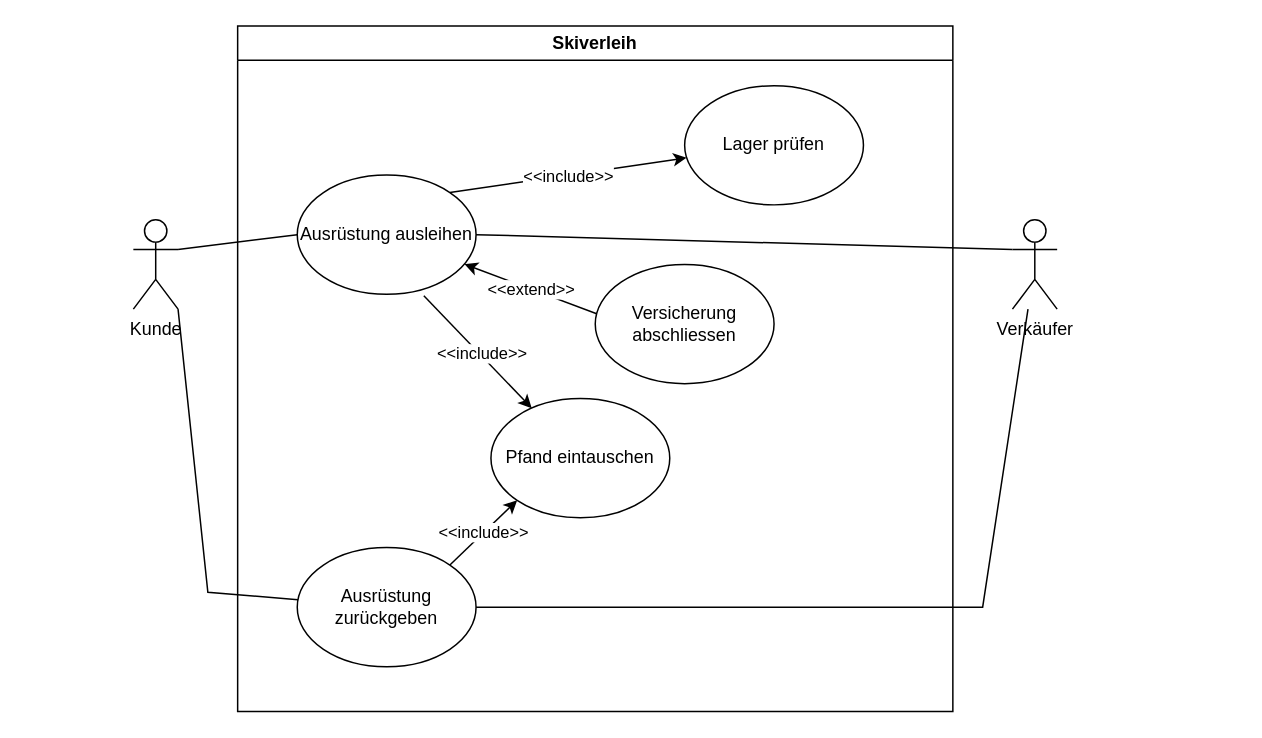
Before: usecases.drawio in ferreric/ffhs_swem, a draw.io diagram. Source tidied: cells renumbered, new cells numbered last; positions are measured from the earlier drawing's top-left corner, leaving out a move shared by most shapes. Both pictures are drawn from the tidied source at 149%, with x=0, y=0 at pixel (133, 25).
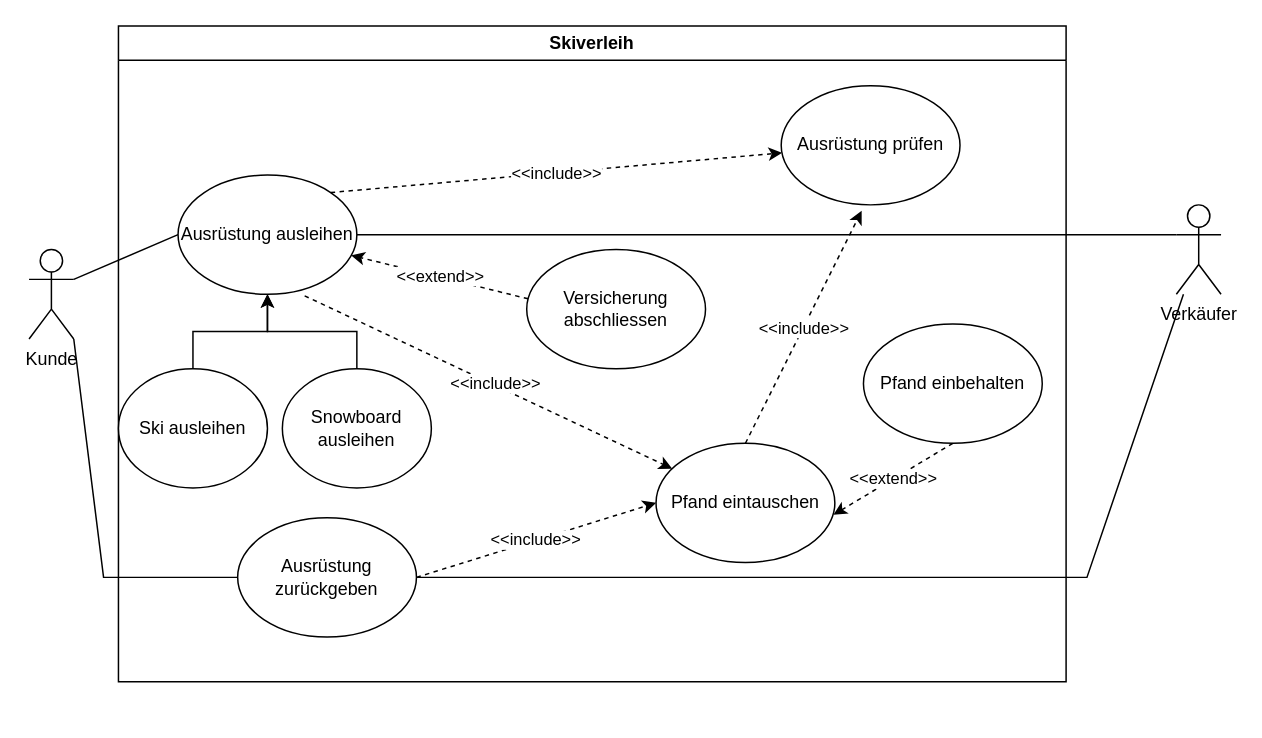
The same page after the edit.

The change refers to these unchanged cells:
```xml
<mxCell id="4" value="Ausrüstung ausleihen" style="ellipse;whiteSpace=wrap;html=1;" parent="3" vertex="1">
  <mxGeometry x="40" y="100" width="120" height="80" as="geometry" />
</mxCell>
```

The edit, as a diff of the source:
```diff
@@
     <mxCell id="2" value="Kunde" style="shape=umlActor;verticalLabelPosition=bottom;verticalAlign=top;html=1;outlineConnect=0;" parent="1" vertex="1">
-      <mxGeometry y="130" width="30" height="60" as="geometry" />
+      <mxGeometry x="-70" y="150" width="30" height="60" as="geometry" />
     </mxCell>
     <mxCell id="3" value="Skiverleih" style="swimlane;whiteSpace=wrap;html=1;" parent="1" vertex="1">
-      <mxGeometry x="70" width="480" height="460" as="geometry" />
+      <mxGeometry x="-10" width="636" height="440" as="geometry" />
     </mxCell>
@@
-    <mxCell id="5" value="Lager prüfen" style="ellipse;whiteSpace=wrap;html=1;" parent="3" vertex="1">
-      <mxGeometry x="300" y="40" width="120" height="80" as="geometry" />
+    <mxCell id="5" value="Ausrüstung prüfen" style="ellipse;whiteSpace=wrap;html=1;" parent="3" vertex="1">
+      <mxGeometry x="444.8" y="40" width="120" height="80" as="geometry" />
     </mxCell>
-    <mxCell id="6" style="endArrow=classic;html=1;rounded=0;exitX=1;exitY=0;exitDx=0;exitDy=0;" parent="3" edge="1" source="4" target="5">
+    <mxCell id="6" style="endArrow=classic;html=1;rounded=0;exitX=1;exitY=0;exitDx=0;exitDy=0;dashed=1;" parent="3" edge="1" source="4" target="5">
       <mxGeometry relative="1" as="geometry" />
     </mxCell>
@@
     <mxCell id="8" value="Pfand eintauschen" style="ellipse;whiteSpace=wrap;html=1;" parent="3" vertex="1">
-      <mxGeometry x="170" y="250" width="120" height="80" as="geometry" />
+      <mxGeometry x="360.8" y="280" width="120" height="80" as="geometry" />
     </mxCell>
     <mxCell id="9" value="Versicherung abschliessen" style="ellipse;whiteSpace=wrap;html=1;" parent="3" vertex="1">
-      <mxGeometry x="240" y="160" width="120" height="80" as="geometry" />
+      <mxGeometry x="274" y="150" width="120" height="80" as="geometry" />
     </mxCell>
-    <mxCell id="10" style="endArrow=classic;html=1;rounded=0;exitX=0.708;exitY=1.013;exitDx=0;exitDy=0;exitPerimeter=0;" parent="3" edge="1" source="4" target="8">
+    <mxCell id="10" style="endArrow=classic;html=1;rounded=0;exitX=0.708;exitY=1.013;exitDx=0;exitDy=0;exitPerimeter=0;dashed=1;" parent="3" edge="1" source="4" target="8">
       <mxGeometry relative="1" as="geometry" />
     </mxCell>
@@
-    <mxCell id="12" value="&amp;lt;&amp;lt;extend&amp;gt;&amp;gt;" style="endArrow=classic;html=1;rounded=0;exitX=0.008;exitY=0.413;exitDx=0;exitDy=0;exitPerimeter=0;" parent="3" edge="1" source="9" target="4">
+    <mxCell id="12" value="&amp;lt;&amp;lt;extend&amp;gt;&amp;gt;" style="endArrow=classic;html=1;rounded=0;exitX=0.008;exitY=0.413;exitDx=0;exitDy=0;exitPerimeter=0;dashed=1;" parent="3" edge="1" source="9" target="4">
       <mxGeometry relative="1" as="geometry" />
     </mxCell>
     <mxCell id="13" value="Ausrüstung zurückgeben" style="ellipse;whiteSpace=wrap;html=1;" parent="3" vertex="1">
-      <mxGeometry x="40" y="350" width="120" height="80" as="geometry" />
+      <mxGeometry x="80" y="330" width="120" height="80" as="geometry" />
     </mxCell>
-    <mxCell id="14" value="&amp;lt;&amp;lt;include&amp;gt;&amp;gt;" style="endArrow=classic;html=1;rounded=0;exitX=1;exitY=0;exitDx=0;exitDy=0;entryX=0;entryY=1;entryDx=0;entryDy=0;" parent="3" edge="1" source="13" target="8">
+    <mxCell id="14" value="&amp;lt;&amp;lt;include&amp;gt;&amp;gt;" style="endArrow=classic;html=1;rounded=0;exitX=1;exitY=0.5;exitDx=0;exitDy=0;entryX=0;entryY=0.5;entryDx=0;entryDy=0;dashed=1;" parent="3" edge="1" source="13" target="8">
       <mxGeometry relative="1" as="geometry" />
     </mxCell>
+    <mxCell id="20" value="Pfand einbehalten" style="ellipse;whiteSpace=wrap;html=1;" parent="3" vertex="1">
+      <mxGeometry x="500" y="200" width="120" height="80" as="geometry" />
+    </mxCell>
+    <mxCell id="21" value="&amp;lt;&amp;lt;extend&amp;gt;&amp;gt;" style="endArrow=classic;html=1;rounded=0;exitX=0.5;exitY=1;exitDx=0;exitDy=0;entryX=0.992;entryY=0.6;entryDx=0;entryDy=0;entryPerimeter=0;dashed=1;" parent="3" edge="1" source="20" target="8">
+      <mxGeometry relative="1" as="geometry" />
+    </mxCell>
+    <mxCell id="22" style="endArrow=classic;html=1;rounded=0;dashed=1;entryX=0.45;entryY=1.05;entryDx=0;entryDy=0;entryPerimeter=0;exitX=0.5;exitY=0;exitDx=0;exitDy=0;" parent="3" edge="1" source="8" target="5">
+      <mxGeometry relative="1" as="geometry" />
+    </mxCell>
+    <mxCell id="23" value="&amp;lt;&amp;lt;include&amp;gt;&amp;gt;" style="edgeLabel;html=1;align=center;verticalAlign=middle;" parent="22" vertex="1">
+      <mxGeometry relative="1" as="geometry" />
+    </mxCell>
+    <mxCell id="24" style="edgeStyle=orthogonalEdgeStyle;rounded=0;jettySize=auto;html=1;" parent="3" edge="1" source="25" target="4">
+      <mxGeometry relative="1" as="geometry" />
+    </mxCell>
+    <mxCell id="25" value="Ski ausleihen" style="ellipse;whiteSpace=wrap;html=1;" parent="3" vertex="1">
+      <mxGeometry y="230" width="100" height="80" as="geometry" />
+    </mxCell>
+    <mxCell id="26" style="edgeStyle=orthogonalEdgeStyle;rounded=0;jettySize=auto;html=1;" parent="3" edge="1" source="27" target="4">
+      <mxGeometry relative="1" as="geometry" />
+    </mxCell>
+    <mxCell id="27" value="Snowboard ausleihen" style="ellipse;whiteSpace=wrap;html=1;" parent="3" vertex="1">
+      <mxGeometry x="110" y="230" width="100" height="80" as="geometry" />
+    </mxCell>
     <mxCell id="15" value="Verkäufer" style="shape=umlActor;verticalLabelPosition=bottom;verticalAlign=top;html=1;outlineConnect=0;" parent="1" vertex="1">
-      <mxGeometry x="590" y="130" width="30" height="60" as="geometry" />
+      <mxGeometry x="700" y="120" width="30" height="60" as="geometry" />
     </mxCell>
@@
     <mxCell id="18" style="endArrow=none;html=1;rounded=0;exitX=1;exitY=1;exitDx=0;exitDy=0;exitPerimeter=0;" parent="1" edge="1" source="2" target="13">
       <mxGeometry relative="1" as="geometry">
         <Array as="points">
-          <mxPoint x="50" y="380" />
+          <mxPoint x="-20" y="370" />
         </Array>
       </mxGeometry>
     </mxCell>
     <mxCell id="19" style="endArrow=none;html=1;rounded=0;exitX=1;exitY=0.5;exitDx=0;exitDy=0;" parent="1" edge="1" source="13" target="15">
       <mxGeometry relative="1" as="geometry">
         <Array as="points">
-          <mxPoint x="570" y="390" />
+          <mxPoint x="640" y="370" />
         </Array>
       </mxGeometry>
     </mxCell>
```
